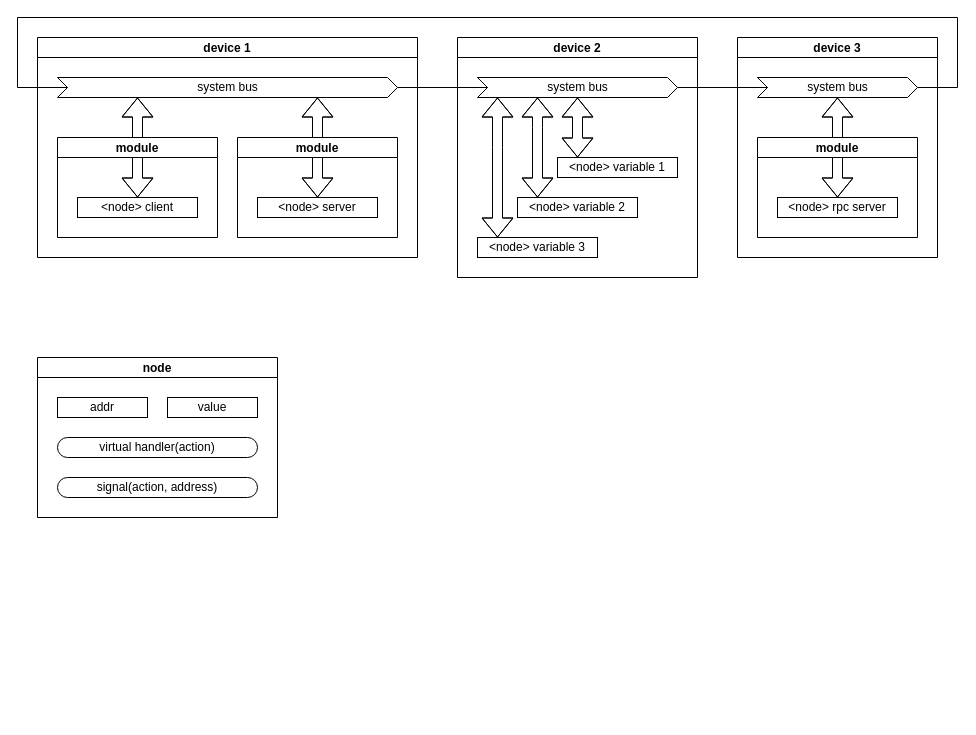
korrmet/ytk keeps this draw.io diagram as page "system bus" (3 of 3) of docs/diagrams_src.drawio. Above is the earlier version. Source tidied: cells renumbered, new cells numbered last; positions are measured from the earlier drawing's top-left corner, leaving out a move shared by most shapes. Both pictures are drawn from the tidied source at 100%, with x=0, y=0 at pixel (17, 17).
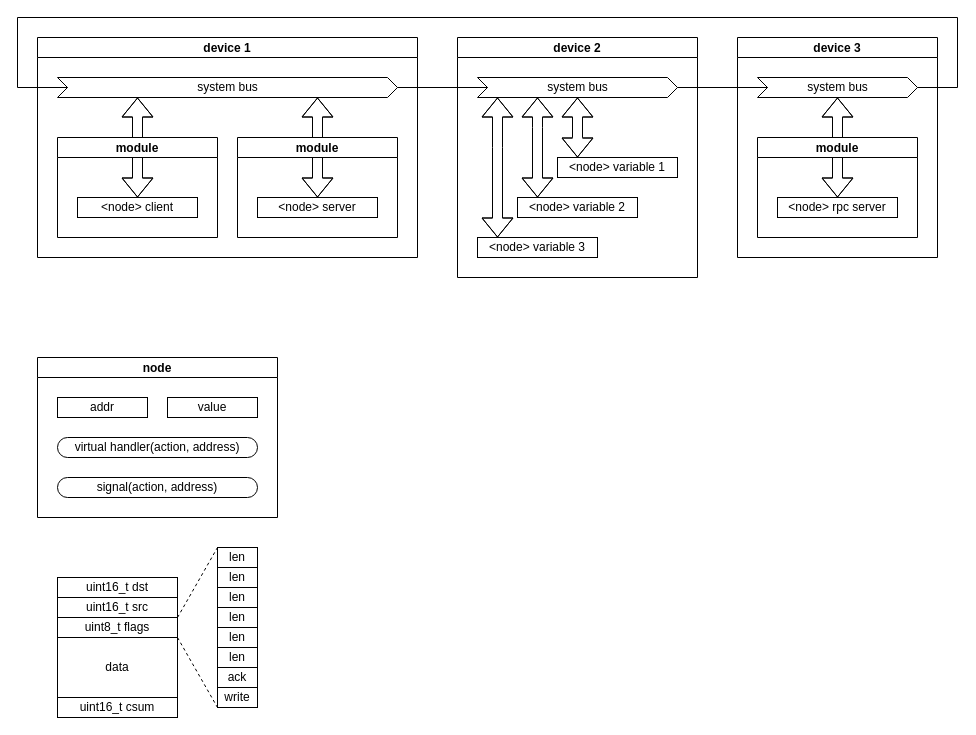
The same diagram, later.

Commit message (it also covers changes not shown here):
Added some in interface of serializer. Added some to system bus. TODO: figure out how to manage critical section while filling bus. Maybe sb_root should be rewriten at all.

Unchanged cells that the change refers to:
```xml
<mxCell id="18" value="node" style="swimlane;startSize=20;fontFamily=Iosevka;" parent="1" vertex="1">
  <mxGeometry x="20" y="340" width="240" height="160" as="geometry" />
</mxCell>
```

Diff of the diagram source:
```diff
@@
-    <mxCell id="20" value="virtual handler(action)" style="rounded=1;whiteSpace=wrap;html=1;arcSize=50;fontFamily=Iosevka;" parent="18" vertex="1">
+    <mxCell id="20" value="virtual handler(action, address)" style="rounded=1;whiteSpace=wrap;html=1;arcSize=50;fontFamily=Iosevka;" parent="18" vertex="1">
       <mxGeometry x="20" y="80" width="200" height="20" as="geometry" />
     </mxCell>
@@
+    <mxCell id="31" value="uint16_t dst" style="rounded=0;whiteSpace=wrap;html=1;fontFamily=Iosevka;" parent="1" vertex="1">
+      <mxGeometry x="40" y="560" width="120" height="20" as="geometry" />
+    </mxCell>
+    <mxCell id="32" value="uint16_t src" style="rounded=0;whiteSpace=wrap;html=1;fontFamily=Iosevka;" parent="1" vertex="1">
+      <mxGeometry x="40" y="580" width="120" height="20" as="geometry" />
+    </mxCell>
+    <mxCell id="33" value="uint8_t flags" style="rounded=0;whiteSpace=wrap;html=1;fontFamily=Iosevka;" parent="1" vertex="1">
+      <mxGeometry x="40" y="600" width="120" height="20" as="geometry" />
+    </mxCell>
+    <mxCell id="34" value="len" style="rounded=0;whiteSpace=wrap;html=1;fontFamily=Iosevka;" parent="1" vertex="1">
+      <mxGeometry x="200" y="530" width="40" height="20" as="geometry" />
+    </mxCell>
+    <mxCell id="35" value="len" style="rounded=0;whiteSpace=wrap;html=1;fontFamily=Iosevka;" parent="1" vertex="1">
+      <mxGeometry x="200" y="550" width="40" height="20" as="geometry" />
+    </mxCell>
+    <mxCell id="36" value="len" style="rounded=0;whiteSpace=wrap;html=1;fontFamily=Iosevka;" parent="1" vertex="1">
+      <mxGeometry x="200" y="570" width="40" height="20" as="geometry" />
+    </mxCell>
+    <mxCell id="37" value="len" style="rounded=0;whiteSpace=wrap;html=1;fontFamily=Iosevka;" parent="1" vertex="1">
+      <mxGeometry x="200" y="590" width="40" height="20" as="geometry" />
+    </mxCell>
+    <mxCell id="38" value="len" style="rounded=0;whiteSpace=wrap;html=1;fontFamily=Iosevka;" parent="1" vertex="1">
+      <mxGeometry x="200" y="610" width="40" height="20" as="geometry" />
+    </mxCell>
+    <mxCell id="39" value="len" style="rounded=0;whiteSpace=wrap;html=1;fontFamily=Iosevka;" parent="1" vertex="1">
+      <mxGeometry x="200" y="630" width="40" height="20" as="geometry" />
+    </mxCell>
+    <mxCell id="40" value="ack" style="rounded=0;whiteSpace=wrap;html=1;fontFamily=Iosevka;" parent="1" vertex="1">
+      <mxGeometry x="200" y="650" width="40" height="20" as="geometry" />
+    </mxCell>
+    <mxCell id="41" value="write" style="rounded=0;whiteSpace=wrap;html=1;fontFamily=Iosevka;" parent="1" vertex="1">
+      <mxGeometry x="200" y="670" width="40" height="20" as="geometry" />
+    </mxCell>
+    <mxCell id="42" style="endArrow=none;dashed=1;html=1;rounded=0;fontFamily=Iosevka;entryX=0;entryY=0;entryDx=0;entryDy=0;exitX=1;exitY=0;exitDx=0;exitDy=0;" parent="1" edge="1" source="33" target="34">
+      <mxGeometry relative="1" as="geometry" />
+    </mxCell>
+    <mxCell id="43" style="endArrow=none;dashed=1;html=1;rounded=0;fontFamily=Iosevka;entryX=0;entryY=1;entryDx=0;entryDy=0;exitX=1;exitY=1;exitDx=0;exitDy=0;" parent="1" edge="1" source="33" target="41">
+      <mxGeometry relative="1" as="geometry" />
+    </mxCell>
+    <mxCell id="44" value="data" style="rounded=0;whiteSpace=wrap;html=1;fontFamily=Iosevka;" parent="1" vertex="1">
+      <mxGeometry x="40" y="620" width="120" height="60" as="geometry" />
+    </mxCell>
+    <mxCell id="45" value="uint16_t csum" style="rounded=0;whiteSpace=wrap;html=1;fontFamily=Iosevka;" parent="1" vertex="1">
+      <mxGeometry x="40" y="680" width="120" height="20" as="geometry" />
+    </mxCell>
```
